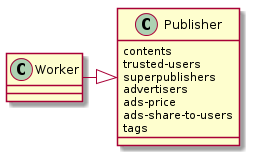
The PlantUML diagram img/publisher-class.png in wetube/bitcloud, before a commit. Source of this version:
```plantuml
@startuml
class Publisher {
     contents
     trusted-users
     superpublishers
     advertisers
     ads-price
     ads-share-to-users
     tags
}
Worker -right-|> Publisher
@enduml
```
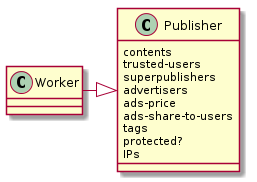
After the change.

Diff of the diagram source:
```diff
@@ -7,6 +7,8 @@
      ads-price
      ads-share-to-users
      tags
+     protected?
+     IPs
 }
 Worker -right-|> Publisher
 @enduml
```
